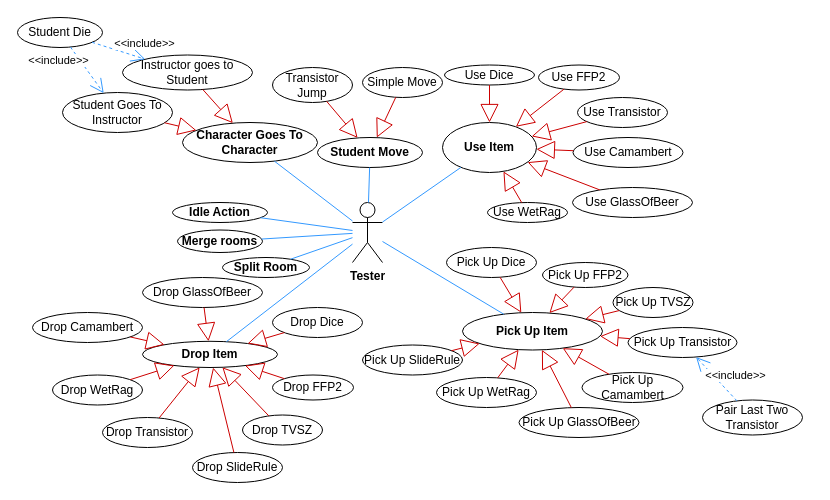
This is Beadások/4. Beadás/Use(Test)-Case.drawio from XanleR/U.B.R.---Projlab-2024, a draw.io file, before an edit. Source tidied: cells renumbered, new cells numbered last; positions are measured from the earlier drawing's top-left corner, leaving out a move shared by most shapes. Both pictures are drawn from the tidied source at 100%, with x=0, y=0 at pixel (17, 17).
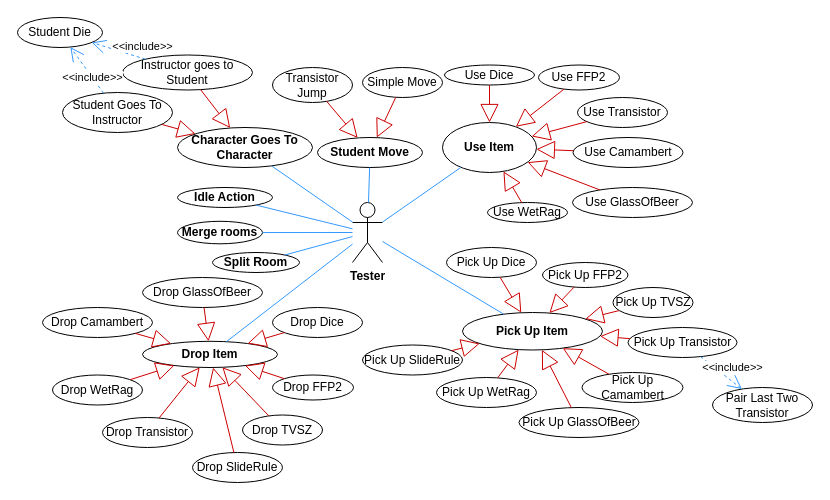
The same diagram, later.

The change refers to these unchanged cells:
```xml
<mxCell id="28" value="Pick Up&amp;nbsp;Transistor" style="ellipse;whiteSpace=wrap;html=1;" parent="1" vertex="1">
  <mxGeometry x="610.5" y="310" width="109" height="30" as="geometry" />
</mxCell>
<mxCell id="69" value="Instructor goes to Student" style="ellipse;whiteSpace=wrap;html=1;" parent="1" vertex="1">
  <mxGeometry x="105" y="37.5" width="130" height="35" as="geometry" />
</mxCell>
<mxCell id="70" value="Student Goes To Instructor" style="ellipse;whiteSpace=wrap;html=1;" parent="1" vertex="1">
  <mxGeometry x="45" y="75" width="110" height="40" as="geometry" />
</mxCell>
<mxCell id="73" value="Student Die" style="ellipse;whiteSpace=wrap;html=1;" parent="1" vertex="1">
  <mxGeometry width="85" height="30" as="geometry" />
</mxCell>
```

Diff of the diagram source:
```diff
@@
     <mxCell id="39" value="&lt;b&gt;Idle Action&lt;/b&gt;" style="ellipse;whiteSpace=wrap;html=1;" parent="1" vertex="1">
-      <mxGeometry x="155" y="185" width="95" height="20" as="geometry" />
+      <mxGeometry x="160" y="170" width="95" height="20" as="geometry" />
     </mxCell>
@@
     <mxCell id="41" value="Pair Last Two Transistor" style="ellipse;whiteSpace=wrap;html=1;" parent="1" vertex="1">
-      <mxGeometry x="685" y="382.5" width="100" height="35" as="geometry" />
+      <mxGeometry x="695" y="370" width="100" height="35" as="geometry" />
     </mxCell>
-    <mxCell id="42" value="&amp;lt;&amp;lt;include&amp;gt;&amp;gt;" style="endArrow=open;endSize=12;dashed=1;html=1;rounded=0;strokeColor=#3399FF;" parent="1" edge="1" source="41" target="28">
-      <mxGeometry x="-0.34" y="-16" relative="1" as="geometry" />
+    <mxCell id="42" value="&amp;lt;&amp;lt;include&amp;gt;&amp;gt;" style="endArrow=open;endSize=12;dashed=1;html=1;rounded=0;strokeColor=#3399FF;" parent="1" edge="1" source="28" target="41">
+      <mxGeometry x="0.21" y="11" relative="1" as="geometry" />
     </mxCell>
@@
     <mxCell id="52" value="Drop&amp;nbsp;Camambert" style="ellipse;whiteSpace=wrap;html=1;" parent="1" vertex="1">
-      <mxGeometry x="15" y="295" width="110" height="30" as="geometry" />
+      <mxGeometry x="25" y="290" width="110" height="30" as="geometry" />
     </mxCell>
@@
     <mxCell id="63" value="&lt;b&gt;Merge rooms&lt;/b&gt;" style="ellipse;whiteSpace=wrap;html=1;" parent="1" vertex="1">
-      <mxGeometry x="160" y="212.5" width="85" height="22.5" as="geometry" />
+      <mxGeometry x="160" y="203.8" width="85" height="22.5" as="geometry" />
     </mxCell>
     <mxCell id="64" value="&lt;b&gt;Split Room&lt;/b&gt;" style="ellipse;whiteSpace=wrap;html=1;" parent="1" vertex="1">
-      <mxGeometry x="205" y="240" width="87" height="20" as="geometry" />
+      <mxGeometry x="195" y="235" width="87" height="20" as="geometry" />
     </mxCell>
@@
     <mxCell id="67" value="&lt;b&gt;Character Goes To Character&lt;/b&gt;" style="ellipse;whiteSpace=wrap;html=1;" parent="1" vertex="1">
-      <mxGeometry x="165" y="105" width="135" height="40" as="geometry" />
+      <mxGeometry x="160" y="110" width="135" height="40" as="geometry" />
     </mxCell>
@@
-    <mxCell id="74" value="&amp;lt;&amp;lt;include&amp;gt;&amp;gt;" style="endArrow=open;endSize=12;dashed=1;html=1;rounded=0;strokeColor=#3399FF;" parent="1" edge="1" source="73" target="70">
-      <mxGeometry x="-0.87" y="-17" relative="1" as="geometry" />
+    <mxCell id="74" value="&amp;lt;&amp;lt;include&amp;gt;&amp;gt;" style="endArrow=open;endSize=12;dashed=1;html=1;rounded=0;strokeColor=#3399FF;" parent="1" edge="1" source="70" target="73">
+      <mxGeometry x="-0.32" relative="1" as="geometry" />
     </mxCell>
-    <mxCell id="75" value="&amp;lt;&amp;lt;include&amp;gt;&amp;gt;" style="endArrow=open;endSize=12;dashed=1;html=1;rounded=0;strokeColor=#3399FF;" parent="1" edge="1" source="73" target="69">
-      <mxGeometry x="0.81" y="15" relative="1" as="geometry" />
+    <mxCell id="75" value="&amp;lt;&amp;lt;include&amp;gt;&amp;gt;" style="endArrow=open;endSize=12;dashed=1;html=1;rounded=0;strokeColor=#3399FF;" parent="1" edge="1" source="69" target="73">
+      <mxGeometry x="-0.79" y="-10" relative="1" as="geometry">
+        <mxPoint y="-1" as="offset" />
+      </mxGeometry>
     </mxCell>
```
